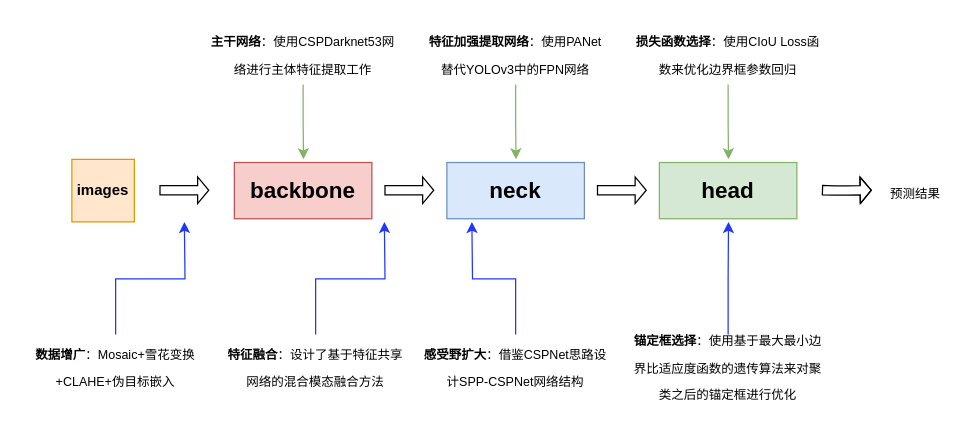
Before: docs/论文工作.drawio in Ye-zixiao/Double-YOLO-Kaist, a draw.io diagram. Source tidied: cells renumbered, new cells numbered last; positions are measured from the earlier drawing's top-left corner, leaving out a move shared by most shapes. Both pictures are drawn from the tidied source at 125%, with x=0, y=0 at pixel (21, 21).
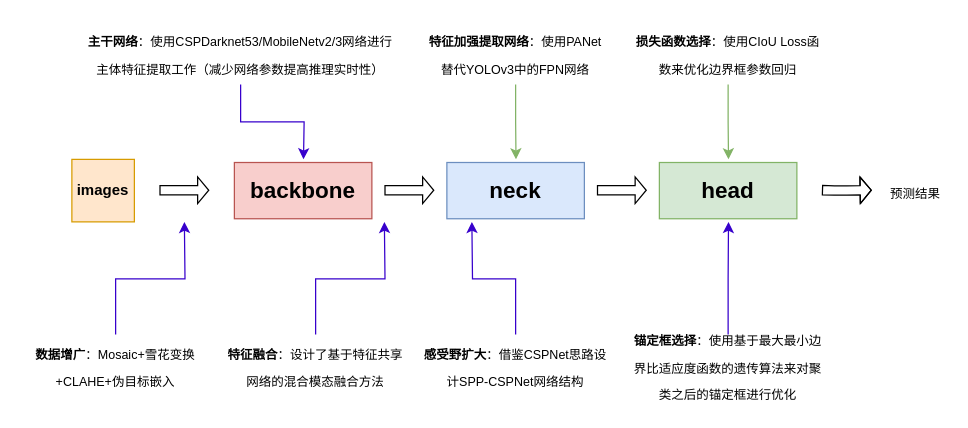
Above is the later version.

Unchanged cells that the change refers to:
```xml
<mxCell id="10" value="&lt;font style=&quot;font-size: 10px&quot;&gt;&lt;b&gt;数据增广&lt;/b&gt;：Mosaic+雪花变换+CLAHE+伪目标嵌入&lt;/font&gt;" style="text;html=1;strokeColor=none;fillColor=none;align=center;verticalAlign=middle;whiteSpace=wrap;rounded=0;fontSize=18;" parent="1" vertex="1">
  <mxGeometry y="250" width="150" height="50" as="geometry" />
</mxCell>
<mxCell id="12" value="&lt;span style=&quot;font-size: 10px&quot;&gt;&lt;b&gt;特征融合&lt;/b&gt;：设计了基于特征共享网络的混合模态融合方法&lt;/span&gt;" style="text;html=1;strokeColor=none;fillColor=none;align=center;verticalAlign=middle;whiteSpace=wrap;rounded=0;fontSize=18;" parent="1" vertex="1">
  <mxGeometry x="160" y="250" width="150" height="50" as="geometry" />
</mxCell>
<mxCell id="14" value="&lt;span style=&quot;font-size: 10px&quot;&gt;&lt;b&gt;感受野扩大&lt;/b&gt;：借鉴CSPNet思路设计SPP-CSPNet网络结构&lt;/span&gt;" style="text;html=1;strokeColor=none;fillColor=none;align=center;verticalAlign=middle;whiteSpace=wrap;rounded=0;fontSize=18;" parent="1" vertex="1">
  <mxGeometry x="320" y="250" width="150" height="50" as="geometry" />
</mxCell>
<mxCell id="16" value="&lt;span style=&quot;font-size: 10px&quot;&gt;&lt;b&gt;锚定框选择&lt;/b&gt;：使用基于最大最小边界比适应度函数的遗传算法来对聚类之后的锚定框进行优化&lt;/span&gt;" style="text;html=1;strokeColor=none;fillColor=none;align=center;verticalAlign=middle;whiteSpace=wrap;rounded=0;fontSize=18;" parent="1" vertex="1">
  <mxGeometry x="485" y="250" width="160" height="50" as="geometry" />
</mxCell>
```

The edit, as a diff of the source:
```diff
@@
-    <mxCell id="9" style="edgeStyle=orthogonalEdgeStyle;rounded=0;jettySize=auto;html=1;exitX=0.5;exitY=0;exitDx=0;exitDy=0;fontSize=10;strokeColor=#2137FF;" parent="1" edge="1" source="10">
+    <mxCell id="9" style="edgeStyle=orthogonalEdgeStyle;rounded=0;jettySize=auto;html=1;exitX=0.5;exitY=0;exitDx=0;exitDy=0;fontSize=10;strokeColor=#3700CC;fillColor=#6a00ff;" parent="1" edge="1" source="10">
       <mxGeometry relative="1" as="geometry">
         <mxPoint x="130" y="160" as="targetPoint" />
       </mxGeometry>
     </mxCell>
@@
-    <mxCell id="11" style="edgeStyle=orthogonalEdgeStyle;rounded=0;jettySize=auto;html=1;exitX=0.5;exitY=0;exitDx=0;exitDy=0;fontSize=10;strokeColor=#2137FF;" parent="1" edge="1" source="12">
+    <mxCell id="11" style="edgeStyle=orthogonalEdgeStyle;rounded=0;jettySize=auto;html=1;exitX=0.5;exitY=0;exitDx=0;exitDy=0;fontSize=10;strokeColor=#3700CC;fillColor=#6a00ff;" parent="1" edge="1" source="12">
       <mxGeometry relative="1" as="geometry">
         <mxPoint x="290" y="160" as="targetPoint" />
       </mxGeometry>
     </mxCell>
@@
-    <mxCell id="13" style="edgeStyle=orthogonalEdgeStyle;rounded=0;jettySize=auto;html=1;exitX=0.5;exitY=0;exitDx=0;exitDy=0;fontSize=10;strokeColor=#2137FF;" parent="1" edge="1" source="14">
+    <mxCell id="13" style="edgeStyle=orthogonalEdgeStyle;rounded=0;jettySize=auto;html=1;exitX=0.5;exitY=0;exitDx=0;exitDy=0;fontSize=10;strokeColor=#3700CC;fillColor=#6a00ff;" parent="1" edge="1" source="14">
       <mxGeometry relative="1" as="geometry">
         <mxPoint x="360" y="160" as="targetPoint" />
       </mxGeometry>
     </mxCell>
@@
-    <mxCell id="15" style="edgeStyle=orthogonalEdgeStyle;rounded=0;jettySize=auto;html=1;exitX=0.5;exitY=0;exitDx=0;exitDy=0;fontSize=10;strokeColor=#2137FF;" parent="1" edge="1" source="16">
+    <mxCell id="15" style="edgeStyle=orthogonalEdgeStyle;rounded=0;jettySize=auto;html=1;exitX=0.5;exitY=0;exitDx=0;exitDy=0;fontSize=10;strokeColor=#3700CC;fillColor=#6a00ff;" parent="1" edge="1" source="16">
       <mxGeometry relative="1" as="geometry">
         <mxPoint x="565.3" y="160" as="targetPoint" />
       </mxGeometry>
     </mxCell>
@@
-    <mxCell id="17" style="edgeStyle=orthogonalEdgeStyle;rounded=0;jettySize=auto;html=1;exitX=0.5;exitY=1;exitDx=0;exitDy=0;fontSize=10;fillColor=#d5e8d4;strokeColor=#82b366;" parent="1" edge="1" source="18">
+    <mxCell id="17" style="edgeStyle=orthogonalEdgeStyle;rounded=0;jettySize=auto;html=1;exitX=0.5;exitY=1;exitDx=0;exitDy=0;fontSize=10;fillColor=#6a00ff;strokeColor=#3700CC;" parent="1" edge="1" source="18">
       <mxGeometry relative="1" as="geometry">
         <mxPoint x="225.3" y="110" as="targetPoint" />
       </mxGeometry>
     </mxCell>
-    <mxCell id="18" value="&lt;span style=&quot;font-size: 10px&quot;&gt;&lt;b&gt;主干网络&lt;/b&gt;：使用CSPDarknet53网络进行主体特征提取工作&lt;/span&gt;" style="text;html=1;align=center;verticalAlign=middle;whiteSpace=wrap;rounded=0;fontSize=18;" parent="1" vertex="1">
-      <mxGeometry x="150" width="150" height="50" as="geometry" />
+    <mxCell id="18" value="&lt;span style=&quot;font-size: 10px&quot;&gt;&lt;b&gt;主干网络&lt;/b&gt;：使用CSPDarknet53/MobileNetv2/3网络进行主体特征提取工作（减少网络参数提高推理实时性）&lt;/span&gt;" style="text;html=1;align=center;verticalAlign=middle;whiteSpace=wrap;rounded=0;fontSize=18;" parent="1" vertex="1">
+      <mxGeometry x="50" width="250" height="50" as="geometry" />
     </mxCell>
```
